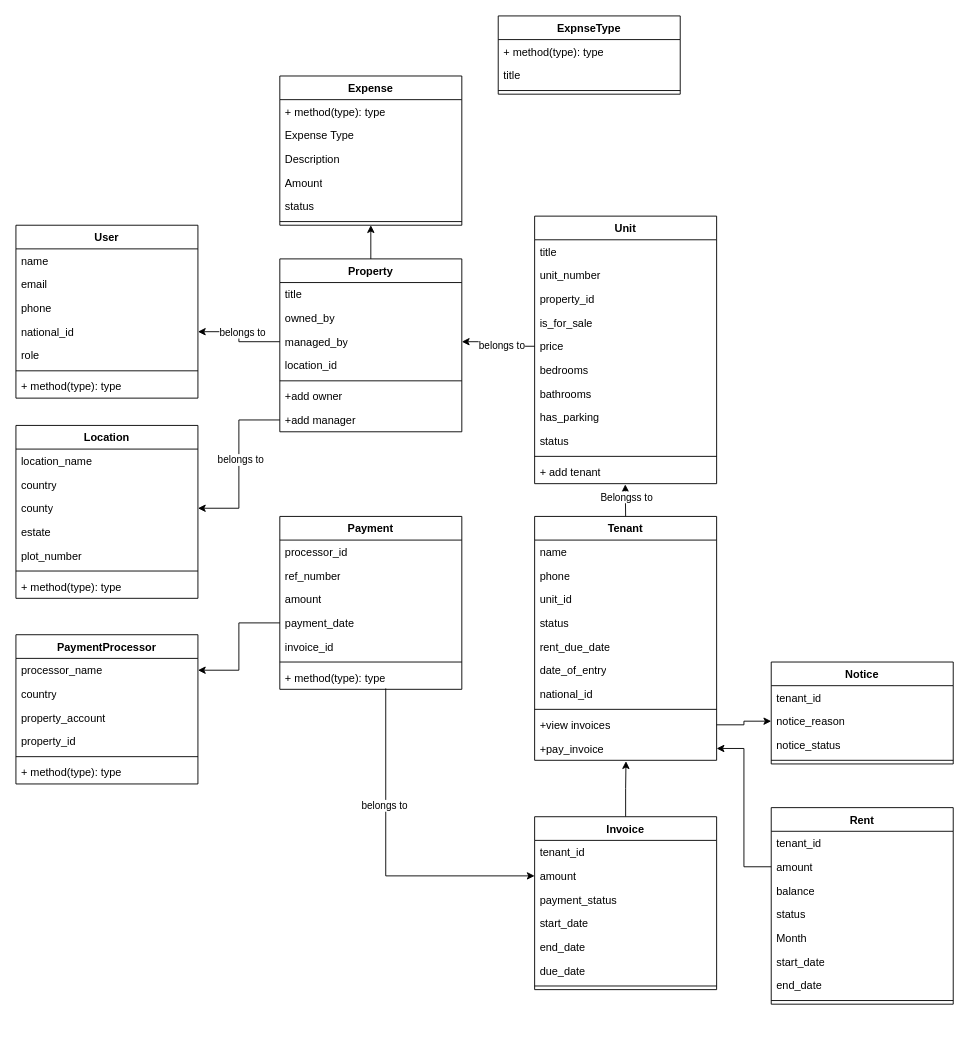
TheCodingBantu/Php_Laravel_Rental_MS keeps this draw.io diagram as Rms.drawio. Above is the earlier version. Source tidied: cells renumbered, new cells numbered last; positions are measured from the earlier drawing's top-left corner, leaving out a move shared by most shapes. Both pictures are drawn from the tidied source at 91%, with x=0, y=0 at pixel (15, 15).
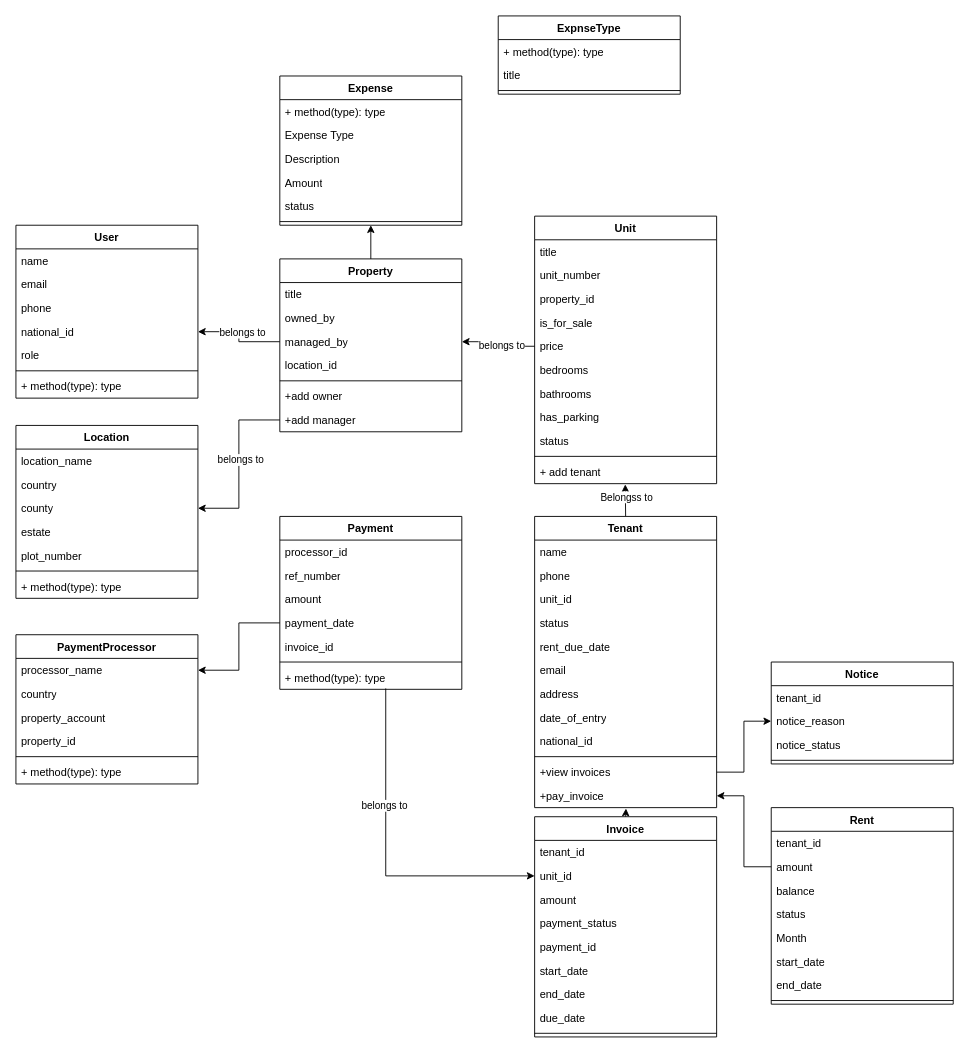
The same page after the edit.

Diff of the diagram source:
```diff
@@
     <mxCell id="56" value="Tenant" style="swimlane;fontStyle=1;align=center;verticalAlign=top;horizontal=1;startSize=26;whiteSpace=wrap;html=1;" parent="1" vertex="1">
-      <mxGeometry x="570" y="550" width="200" height="268" as="geometry" />
+      <mxGeometry x="570" y="550" width="200" height="320" as="geometry" />
     </mxCell>
@@
+    <mxCell id="112" value="email" style="text;strokeColor=none;fillColor=none;align=left;verticalAlign=top;spacingLeft=4;spacingRight=4;overflow=hidden;whiteSpace=wrap;html=1;" parent="56" vertex="1">
+      <mxGeometry y="156" width="200" height="26" as="geometry" />
+    </mxCell>
+    <mxCell id="113" value="address" style="text;strokeColor=none;fillColor=none;align=left;verticalAlign=top;spacingLeft=4;spacingRight=4;overflow=hidden;whiteSpace=wrap;html=1;" parent="56" vertex="1">
+      <mxGeometry y="182" width="200" height="26" as="geometry" />
+    </mxCell>
     <mxCell id="62" value="date_of_entry" style="text;strokeColor=none;fillColor=none;align=left;verticalAlign=top;spacingLeft=4;spacingRight=4;overflow=hidden;whiteSpace=wrap;html=1;" parent="56" vertex="1">
-      <mxGeometry y="156" width="200" height="26" as="geometry" />
+      <mxGeometry y="208" width="200" height="26" as="geometry" />
     </mxCell>
     <mxCell id="63" value="national_id" style="text;strokeColor=none;fillColor=none;align=left;verticalAlign=top;spacingLeft=4;spacingRight=4;overflow=hidden;whiteSpace=wrap;html=1;" parent="56" vertex="1">
-      <mxGeometry y="182" width="200" height="26" as="geometry" />
+      <mxGeometry y="234" width="200" height="26" as="geometry" />
     </mxCell>
     <mxCell id="64" style="line;strokeWidth=1;fillColor=none;align=left;verticalAlign=middle;spacingTop=-1;spacingLeft=3;spacingRight=3;labelPosition=right;strokeColor=inherit;" parent="56" vertex="1">
-      <mxGeometry y="208" width="200" height="8" as="geometry" />
+      <mxGeometry y="260" width="200" height="8" as="geometry" />
     </mxCell>
     <mxCell id="65" value="+view invoices" style="text;strokeColor=none;fillColor=none;align=left;verticalAlign=top;spacingLeft=4;spacingRight=4;overflow=hidden;points=[[0,0.5],[1,0.5]];portConstraint=eastwest;whiteSpace=wrap;html=1;" parent="56" vertex="1">
-      <mxGeometry y="216" width="200" height="26" as="geometry" />
+      <mxGeometry y="268" width="200" height="26" as="geometry" />
     </mxCell>
     <mxCell id="66" value="+pay_invoice" style="text;strokeColor=none;fillColor=none;align=left;verticalAlign=top;spacingLeft=4;spacingRight=4;overflow=hidden;points=[[0,0.5],[1,0.5]];portConstraint=eastwest;whiteSpace=wrap;html=1;" parent="56" vertex="1">
-      <mxGeometry y="242" width="200" height="26" as="geometry" />
+      <mxGeometry y="294" width="200" height="26" as="geometry" />
     </mxCell>
@@
     <mxCell id="68" value="Invoice" style="swimlane;fontStyle=1;align=center;verticalAlign=top;horizontal=1;startSize=26;whiteSpace=wrap;html=1;" parent="1" vertex="1">
-      <mxGeometry x="570" y="880" width="200" height="190" as="geometry" />
+      <mxGeometry x="570" y="880" width="200" height="242" as="geometry" />
     </mxCell>
@@
+    <mxCell id="114" value="unit_id" style="text;strokeColor=none;fillColor=none;align=left;verticalAlign=top;spacingLeft=4;spacingRight=4;overflow=hidden;whiteSpace=wrap;html=1;" parent="68" vertex="1">
+      <mxGeometry y="52" width="200" height="26" as="geometry" />
+    </mxCell>
     <mxCell id="70" value="amount" style="text;strokeColor=none;fillColor=none;align=left;verticalAlign=top;spacingLeft=4;spacingRight=4;overflow=hidden;whiteSpace=wrap;html=1;" parent="68" vertex="1">
-      <mxGeometry y="52" width="200" height="26" as="geometry" />
+      <mxGeometry y="78" width="200" height="26" as="geometry" />
     </mxCell>
     <mxCell id="71" value="payment_status" style="text;strokeColor=none;fillColor=none;align=left;verticalAlign=top;spacingLeft=4;spacingRight=4;overflow=hidden;whiteSpace=wrap;html=1;" parent="68" vertex="1">
-      <mxGeometry y="78" width="200" height="26" as="geometry" />
+      <mxGeometry y="104" width="200" height="26" as="geometry" />
     </mxCell>
+    <mxCell id="115" value="payment_id" style="text;strokeColor=none;fillColor=none;align=left;verticalAlign=top;spacingLeft=4;spacingRight=4;overflow=hidden;whiteSpace=wrap;html=1;" parent="68" vertex="1">
+      <mxGeometry y="130" width="200" height="26" as="geometry" />
+    </mxCell>
     <mxCell id="72" value="start_date" style="text;strokeColor=none;fillColor=none;align=left;verticalAlign=top;spacingLeft=4;spacingRight=4;overflow=hidden;whiteSpace=wrap;html=1;" parent="68" vertex="1">
-      <mxGeometry y="104" width="200" height="26" as="geometry" />
+      <mxGeometry y="156" width="200" height="26" as="geometry" />
     </mxCell>
     <mxCell id="73" value="end_date" style="text;strokeColor=none;fillColor=none;align=left;verticalAlign=top;spacingLeft=4;spacingRight=4;overflow=hidden;whiteSpace=wrap;html=1;" parent="68" vertex="1">
-      <mxGeometry y="130" width="200" height="26" as="geometry" />
+      <mxGeometry y="182" width="200" height="26" as="geometry" />
     </mxCell>
     <mxCell id="74" value="due_date" style="text;strokeColor=none;fillColor=none;align=left;verticalAlign=top;spacingLeft=4;spacingRight=4;overflow=hidden;whiteSpace=wrap;html=1;" parent="68" vertex="1">
-      <mxGeometry y="156" width="200" height="26" as="geometry" />
+      <mxGeometry y="208" width="200" height="26" as="geometry" />
     </mxCell>
     <mxCell id="75" style="line;strokeWidth=1;fillColor=none;align=left;verticalAlign=middle;spacingTop=-1;spacingLeft=3;spacingRight=3;labelPosition=right;strokeColor=inherit;" parent="68" vertex="1">
-      <mxGeometry y="182" width="200" height="8" as="geometry" />
+      <mxGeometry y="234" width="200" height="8" as="geometry" />
     </mxCell>
```
